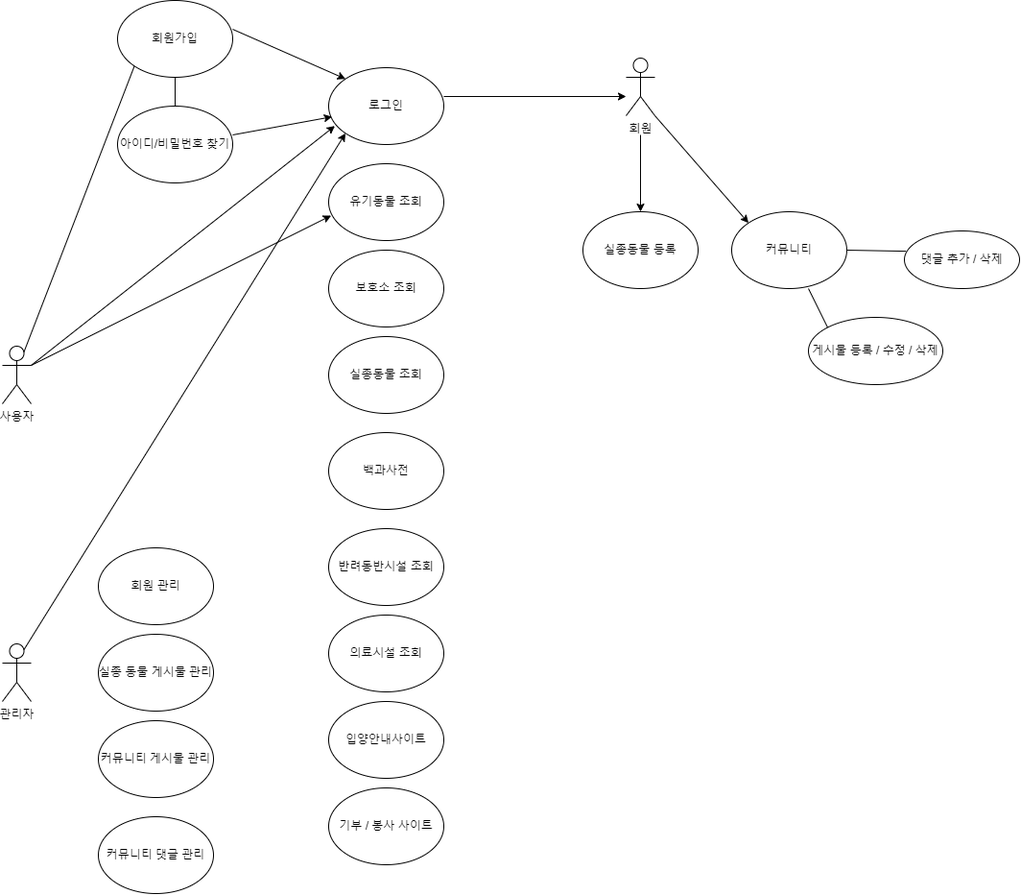
Earlier version of the draw.io export public/img/GOP 다이어그램.drawio.png (zkszka/GOPprj). Source tidied: cells renumbered, new cells last; positions are measured from the earlier drawing's top-left corner, leaving out a move shared by most shapes.
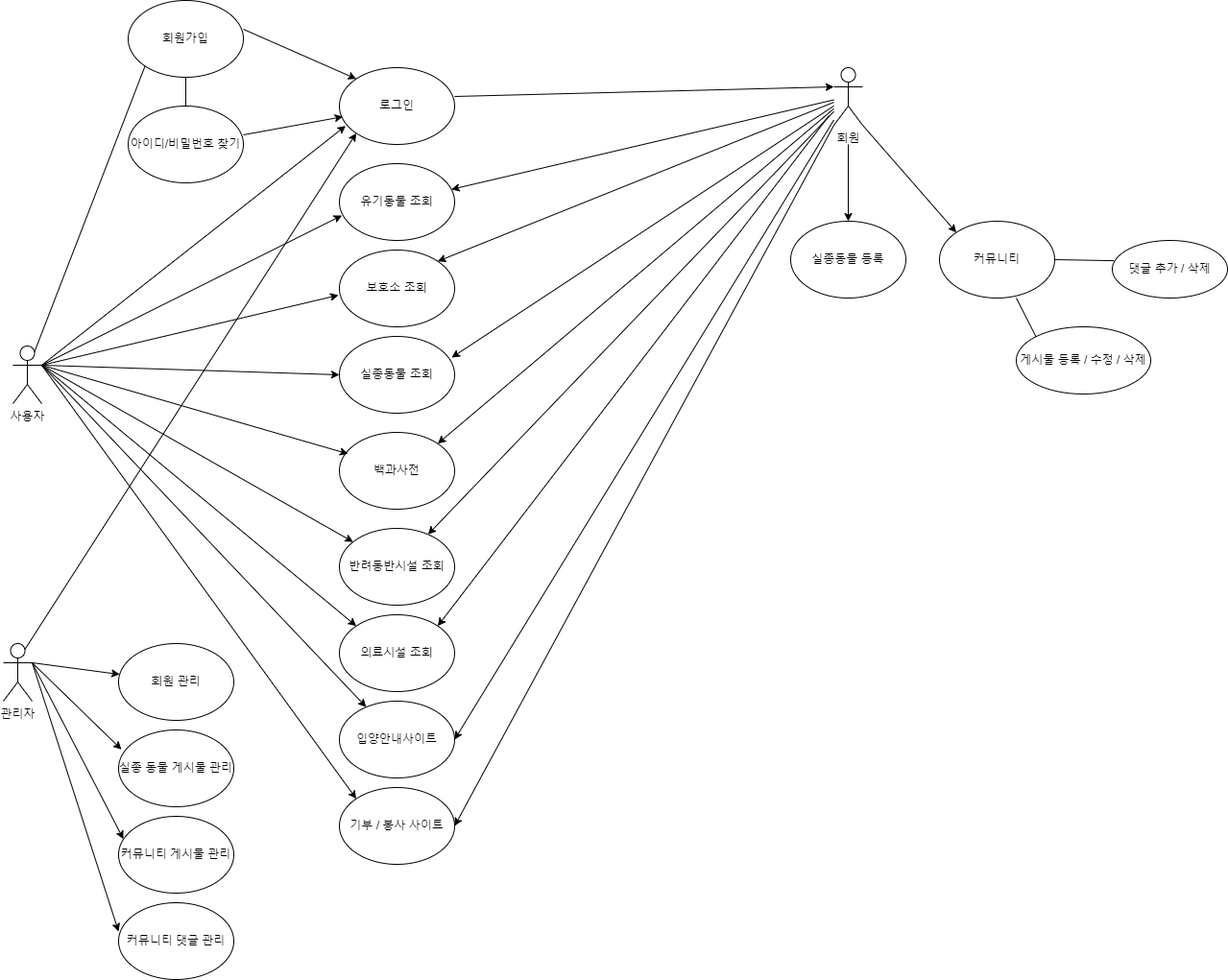
Above is the later version.

Commit message:
GOP 다이어그램.drawio.png 업데이트2

Change to the diagram source:
```diff
@@ -18,7 +18,7 @@
       <mxGeometry x="340" y="170" width="120" height="80" as="geometry" />
     </mxCell>
     <mxCell id="7" value="회원" style="shape=umlActor;verticalLabelPosition=bottom;verticalAlign=top;html=1;outlineConnect=0;" parent="1" vertex="1">
-      <mxGeometry x="650" y="60" width="30" height="60" as="geometry" />
+      <mxGeometry x="855" y="70" width="30" height="60" as="geometry" />
     </mxCell>
     <mxCell id="8" value="보호소 조회" style="ellipse;whiteSpace=wrap;html=1;" parent="1" vertex="1">
       <mxGeometry x="340" y="260" width="120" height="80" as="geometry" />
@@ -36,10 +36,10 @@
       <mxGeometry x="340" y="640" width="120" height="80" as="geometry" />
     </mxCell>
     <mxCell id="13" value="실종동물 등록" style="ellipse;whiteSpace=wrap;html=1;" parent="1" vertex="1">
-      <mxGeometry x="605" y="220" width="120" height="80" as="geometry" />
+      <mxGeometry x="810" y="230" width="120" height="80" as="geometry" />
     </mxCell>
     <mxCell id="14" value="커뮤니티" style="ellipse;whiteSpace=wrap;html=1;" parent="1" vertex="1">
-      <mxGeometry x="760" y="220" width="120" height="80" as="geometry" />
+      <mxGeometry x="965" y="230" width="120" height="80" as="geometry" />
     </mxCell>
     <mxCell id="15" value="입양안내사이트" style="ellipse;whiteSpace=wrap;html=1;" parent="1" vertex="1">
       <mxGeometry x="340" y="730" width="120" height="80" as="geometry" />
@@ -48,19 +48,19 @@
       <mxGeometry x="340" y="820" width="120" height="80" as="geometry" />
     </mxCell>
     <mxCell id="17" value="관리자" style="shape=umlActor;verticalLabelPosition=bottom;verticalAlign=top;html=1;outlineConnect=0;" parent="1" vertex="1">
-      <mxGeometry y="670" width="30" height="60" as="geometry" />
+      <mxGeometry x="-10" y="670" width="30" height="60" as="geometry" />
     </mxCell>
     <mxCell id="18" value="회원 관리" style="ellipse;whiteSpace=wrap;html=1;" parent="1" vertex="1">
-      <mxGeometry x="100" y="570" width="120" height="80" as="geometry" />
+      <mxGeometry x="110" y="670" width="120" height="80" as="geometry" />
     </mxCell>
     <mxCell id="19" value="실종 동물 게시물 관리" style="ellipse;whiteSpace=wrap;html=1;" parent="1" vertex="1">
-      <mxGeometry x="100" y="660" width="120" height="80" as="geometry" />
+      <mxGeometry x="110" y="760" width="120" height="80" as="geometry" />
     </mxCell>
     <mxCell id="20" value="&lt;div&gt;커뮤니티 게시물 관리&lt;/div&gt;" style="ellipse;whiteSpace=wrap;html=1;" parent="1" vertex="1">
-      <mxGeometry x="100" y="750" width="120" height="80" as="geometry" />
+      <mxGeometry x="110" y="850" width="120" height="80" as="geometry" />
     </mxCell>
     <mxCell id="21" value="커뮤니티 댓글 관리" style="ellipse;whiteSpace=wrap;html=1;" parent="1" vertex="1">
-      <mxGeometry x="100" y="850" width="120" height="80" as="geometry" />
+      <mxGeometry x="110" y="940" width="120" height="80" as="geometry" />
     </mxCell>
     <mxCell id="22" style="endArrow=classic;html=1;rounded=0;entryX=0;entryY=1;entryDx=0;entryDy=0;exitX=0.75;exitY=0.1;exitDx=0;exitDy=0;exitPerimeter=0;" parent="1" edge="1" source="17" target="5">
       <mxGeometry relative="1" as="geometry" />
@@ -89,33 +89,115 @@
     </mxCell>
     <mxCell id="29" style="endArrow=classic;html=1;rounded=0;entryX=0.5;entryY=0;entryDx=0;entryDy=0;" parent="1" edge="1" target="13">
       <mxGeometry relative="1" as="geometry">
-        <mxPoint x="665" y="140" as="sourcePoint" />
+        <mxPoint x="870" y="150" as="sourcePoint" />
       </mxGeometry>
     </mxCell>
     <mxCell id="30" style="endArrow=classic;html=1;rounded=0;entryX=0;entryY=0;entryDx=0;entryDy=0;" parent="1" edge="1" target="14">
       <mxGeometry relative="1" as="geometry">
-        <mxPoint x="680" y="120" as="sourcePoint" />
+        <mxPoint x="885" y="130" as="sourcePoint" />
       </mxGeometry>
     </mxCell>
     <mxCell id="31" value="게시물 등록 / 수정 / 삭제" style="ellipse;whiteSpace=wrap;html=1;" parent="1" vertex="1">
-      <mxGeometry x="840" y="330" width="140" height="70" as="geometry" />
+      <mxGeometry x="1045" y="340" width="140" height="70" as="geometry" />
     </mxCell>
     <mxCell id="32" value="댓글 추가 / 삭제" style="ellipse;whiteSpace=wrap;html=1;" parent="1" vertex="1">
-      <mxGeometry x="940" y="240" width="120" height="60" as="geometry" />
+      <mxGeometry x="1145" y="250" width="120" height="60" as="geometry" />
     </mxCell>
     <mxCell id="33" style="endArrow=none;html=1;rounded=0;entryX=0.014;entryY=0.352;entryDx=0;entryDy=0;entryPerimeter=0;exitX=1;exitY=0.5;exitDx=0;exitDy=0;" parent="1" edge="1" source="14" target="32">
       <mxGeometry relative="1" as="geometry" />
     </mxCell>
     <mxCell id="34" style="endArrow=none;html=1;rounded=0;entryX=0;entryY=0;entryDx=0;entryDy=0;exitX=1;exitY=0.5;exitDx=0;exitDy=0;" parent="1" edge="1" target="31">
       <mxGeometry relative="1" as="geometry">
-        <mxPoint x="840" y="300" as="sourcePoint" />
+        <mxPoint x="1045" y="310" as="sourcePoint" />
       </mxGeometry>
     </mxCell>
-    <mxCell id="35" style="endArrow=classic;html=1;rounded=0;" parent="1" edge="1">
+    <mxCell id="35" style="endArrow=classic;html=1;rounded=0;entryX=0;entryY=0.3333333333333333;entryDx=0;entryDy=0;entryPerimeter=0;" parent="1" edge="1" target="7">
       <mxGeometry relative="1" as="geometry">
         <mxPoint x="460" y="100" as="sourcePoint" />
-        <mxPoint x="650" y="100" as="targetPoint" />
       </mxGeometry>
     </mxCell>
+    <mxCell id="36" style="endArrow=classic;html=1;rounded=0;entryX=-0.008;entryY=0.588;entryDx=0;entryDy=0;entryPerimeter=0;" parent="1" edge="1" target="8">
+      <mxGeometry relative="1" as="geometry">
+        <mxPoint x="30" y="380" as="sourcePoint" />
+      </mxGeometry>
+    </mxCell>
+    <mxCell id="37" style="endArrow=classic;html=1;rounded=0;entryX=0;entryY=0.5;entryDx=0;entryDy=0;" parent="1" edge="1" target="9">
+      <mxGeometry relative="1" as="geometry">
+        <mxPoint x="30" y="380" as="sourcePoint" />
+      </mxGeometry>
+    </mxCell>
+    <mxCell id="38" style="endArrow=classic;html=1;rounded=0;entryX=0.075;entryY=0.279;entryDx=0;entryDy=0;entryPerimeter=0;" parent="1" edge="1" target="11">
+      <mxGeometry relative="1" as="geometry">
+        <mxPoint x="30" y="380" as="sourcePoint" />
+      </mxGeometry>
+    </mxCell>
+    <mxCell id="39" style="endArrow=classic;html=1;rounded=0;" parent="1" edge="1" target="10">
+      <mxGeometry relative="1" as="geometry">
+        <mxPoint x="30" y="380" as="sourcePoint" />
+      </mxGeometry>
+    </mxCell>
+    <mxCell id="40" style="endArrow=classic;html=1;rounded=0;entryX=0;entryY=0;entryDx=0;entryDy=0;" parent="1" edge="1" target="12">
+      <mxGeometry relative="1" as="geometry">
+        <mxPoint x="30" y="380" as="sourcePoint" />
+      </mxGeometry>
+    </mxCell>
+    <mxCell id="41" style="endArrow=classic;html=1;rounded=0;" parent="1" edge="1" target="15">
+      <mxGeometry relative="1" as="geometry">
+        <mxPoint x="30" y="380" as="sourcePoint" />
+      </mxGeometry>
+    </mxCell>
+    <mxCell id="42" style="endArrow=classic;html=1;rounded=0;entryX=0;entryY=0;entryDx=0;entryDy=0;" parent="1" edge="1" target="16">
+      <mxGeometry relative="1" as="geometry">
+        <mxPoint x="30" y="380" as="sourcePoint" />
+      </mxGeometry>
+    </mxCell>
+    <mxCell id="43" style="endArrow=classic;html=1;rounded=0;" parent="1" edge="1" target="18">
+      <mxGeometry relative="1" as="geometry">
+        <mxPoint x="20" y="690" as="sourcePoint" />
+      </mxGeometry>
+    </mxCell>
+    <mxCell id="44" style="endArrow=classic;html=1;rounded=0;entryX=0.025;entryY=0.254;entryDx=0;entryDy=0;entryPerimeter=0;" parent="1" edge="1" target="19">
+      <mxGeometry relative="1" as="geometry">
+        <mxPoint x="20" y="690" as="sourcePoint" />
+      </mxGeometry>
+    </mxCell>
+    <mxCell id="45" style="endArrow=classic;html=1;rounded=0;entryX=0.042;entryY=0.296;entryDx=0;entryDy=0;entryPerimeter=0;" parent="1" edge="1" target="20">
+      <mxGeometry relative="1" as="geometry">
+        <mxPoint x="20" y="690" as="sourcePoint" />
+      </mxGeometry>
+    </mxCell>
+    <mxCell id="46" style="endArrow=classic;html=1;rounded=0;entryX=0;entryY=0.375;entryDx=0;entryDy=0;entryPerimeter=0;" parent="1" edge="1" target="21">
+      <mxGeometry relative="1" as="geometry">
+        <mxPoint x="20" y="690" as="sourcePoint" />
+      </mxGeometry>
+    </mxCell>
+    <mxCell id="47" style="endArrow=classic;html=1;rounded=0;" parent="1" edge="1" source="7" target="6">
+      <mxGeometry relative="1" as="geometry" />
+    </mxCell>
+    <mxCell id="48" style="endArrow=classic;html=1;rounded=0;entryX=1;entryY=0;entryDx=0;entryDy=0;" parent="1" edge="1" source="7" target="8">
+      <mxGeometry relative="1" as="geometry" />
+    </mxCell>
+    <mxCell id="49" style="endArrow=classic;html=1;rounded=0;" parent="1" edge="1" source="7">
+      <mxGeometry relative="1" as="geometry">
+        <mxPoint x="457" y="372" as="targetPoint" />
+      </mxGeometry>
+    </mxCell>
+    <mxCell id="50" style="endArrow=classic;html=1;rounded=0;entryX=1;entryY=0;entryDx=0;entryDy=0;" parent="1" edge="1" source="7" target="11">
+      <mxGeometry relative="1" as="geometry" />
+    </mxCell>
+    <mxCell id="51" style="endArrow=classic;html=1;rounded=0;" parent="1" edge="1" source="7" target="10">
+      <mxGeometry relative="1" as="geometry" />
+    </mxCell>
+    <mxCell id="52" style="endArrow=classic;html=1;rounded=0;entryX=1;entryY=0;entryDx=0;entryDy=0;" parent="1" edge="1" target="12">
+      <mxGeometry relative="1" as="geometry">
+        <mxPoint x="850" y="120" as="sourcePoint" />
+      </mxGeometry>
+    </mxCell>
+    <mxCell id="53" style="endArrow=classic;html=1;rounded=0;entryX=1;entryY=0.5;entryDx=0;entryDy=0;" parent="1" edge="1" source="7" target="15">
+      <mxGeometry relative="1" as="geometry" />
+    </mxCell>
+    <mxCell id="54" style="endArrow=classic;html=1;rounded=0;entryX=1;entryY=0.5;entryDx=0;entryDy=0;exitX=0;exitY=1;exitDx=0;exitDy=0;exitPerimeter=0;" parent="1" edge="1" source="7" target="16">
+      <mxGeometry relative="1" as="geometry" />
+    </mxCell>
   </root>
 </mxGraphModel>
```
